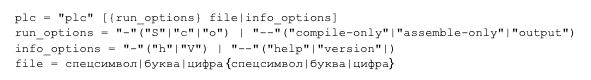
Above: cource-papers/trps/рпз/материалы/курсач_трпс-ОК РБНФ.drawio.png in vzalygin/bmstu-ics6 (draw.io), before the change. Source tidied: cells renumbered, new cells last; positions are measured from the earlier drawing's top-left corner, leaving out a move shared by most shapes.
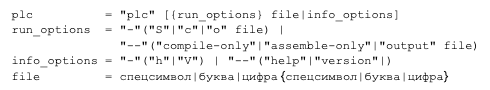
Above is the later version.

Change to the diagram source:
```diff
@@ -2,8 +2,8 @@
   <root>
     <mxCell id="0" />
     <mxCell id="1" parent="0" />
-    <mxCell id="2" value="&lt;div align=&quot;left&quot;&gt;&lt;font face=&quot;Courier New&quot;&gt;plc = &quot;plc&quot; [{run_options} file|info_options]&lt;/font&gt;&lt;br&gt;&lt;font face=&quot;Courier New&quot;&gt;run_options = &lt;/font&gt;&lt;font face=&quot;Courier New&quot;&gt;&quot;-&quot;(&quot;S&quot;|&quot;c&quot;|&quot;o&quot;) | &quot;--&quot;(&quot;compile-only&quot;|&quot;assemble-only&quot;|&quot;output&quot;)&lt;/font&gt;&lt;br&gt;&lt;font face=&quot;Courier New&quot;&gt;info_options = &lt;/font&gt;&lt;font face=&quot;Courier New&quot;&gt;&quot;-&quot;(&quot;h&quot;|&quot;V&quot;) | &quot;--&quot;(&quot;help&quot;|&quot;version&quot;|)&lt;/font&gt;&lt;br&gt;&lt;/div&gt;&lt;div align=&quot;left&quot;&gt;&lt;font face=&quot;Courier New&quot;&gt;file = спецсимвол|буква|цифра&lt;/font&gt; {&lt;font face=&quot;Courier New&quot;&gt;спецсимвол|буква|цифра&lt;/font&gt;}&lt;br&gt;&lt;/div&gt;" style="text;html=1;align=center;verticalAlign=middle;strokeColor=none;fillColor=none;" parent="1" vertex="1">
-      <mxGeometry width="590" height="80" as="geometry" />
+    <mxCell id="2" value="&lt;div align=&quot;left&quot;&gt;&lt;font face=&quot;Courier New&quot;&gt;plc&amp;nbsp; &amp;nbsp; &amp;nbsp; &amp;nbsp; &amp;nbsp; = &quot;plc&quot; [{run_options} file|info_options]&lt;/font&gt;&lt;br&gt;&lt;font face=&quot;Courier New&quot;&gt;run_options&amp;nbsp; = &lt;/font&gt;&lt;font face=&quot;Courier New&quot;&gt;&quot;-&quot;(&quot;S&quot;|&quot;c&quot;|&quot;o&quot; file) | &lt;br&gt;&lt;span style=&quot;white-space: pre;&quot;&gt;&#9;&lt;/span&gt;&amp;nbsp; &amp;nbsp; &amp;nbsp; &amp;nbsp;&quot;--&quot;(&quot;compile-only&quot;|&quot;assemble-only&quot;|&quot;output&quot; file)&lt;/font&gt;&lt;br&gt;&lt;font face=&quot;Courier New&quot;&gt;info_options = &lt;/font&gt;&lt;font face=&quot;Courier New&quot;&gt;&quot;-&quot;(&quot;h&quot;|&quot;V&quot;) | &quot;--&quot;(&quot;help&quot;|&quot;version&quot;|)&lt;/font&gt;&lt;br&gt;&lt;/div&gt;&lt;div align=&quot;left&quot;&gt;&lt;font face=&quot;Courier New&quot;&gt;file&amp;nbsp; &amp;nbsp; &amp;nbsp; &amp;nbsp; &amp;nbsp;= спецсимвол|буква|цифра&lt;/font&gt; {&lt;font face=&quot;Courier New&quot;&gt;спецсимвол|буква|цифра&lt;/font&gt;}&lt;br&gt;&lt;/div&gt;" style="text;html=1;align=center;verticalAlign=middle;strokeColor=none;fillColor=none;" parent="1" vertex="1">
+      <mxGeometry width="490" height="90" as="geometry" />
     </mxCell>
   </root>
 </mxGraphModel>
```
